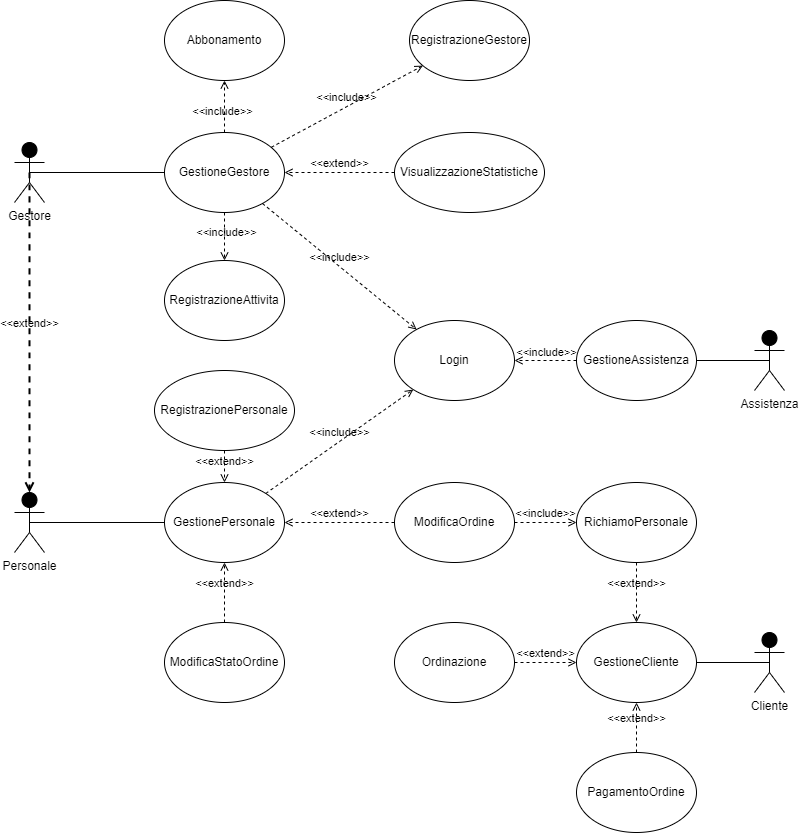
Marco-Burattoni/Progetto-ids keeps this draw.io diagram as Casi d'uso.png. Above is the earlier version. Source tidied: cells renumbered, new cells last; positions are measured from the earlier drawing's top-left corner, leaving out a move shared by most shapes.
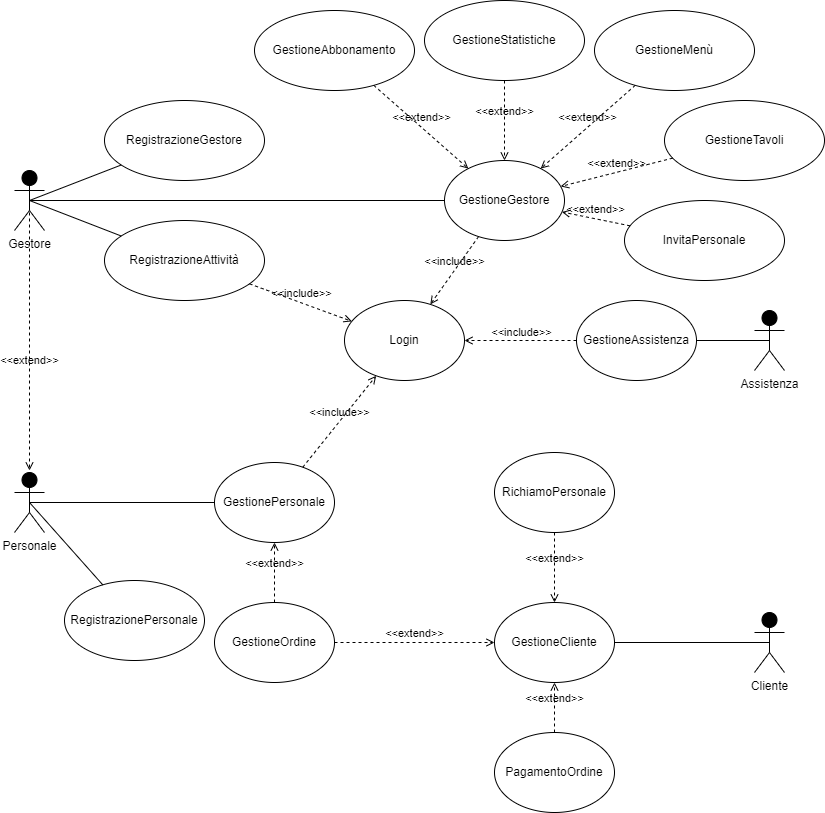
After the commit.

Commit message:
security e misuse case

Change to the diagram source:
```diff
@@ -2,9 +2,6 @@
   <root>
     <mxCell id="0" />
     <mxCell id="1" parent="0" />
-    <mxCell id="2" value="Gestore" style="shape=umlActor;html=1;verticalLabelPosition=bottom;verticalAlign=top;align=center;fillColor=#000000;" parent="1" vertex="1">
-      <mxGeometry y="142" width="30" height="60" as="geometry" />
-    </mxCell>
     <mxCell id="3" value="Cliente" style="shape=umlActor;html=1;verticalLabelPosition=bottom;verticalAlign=top;align=center;fillColor=#000000;" parent="1" vertex="1">
       <mxGeometry x="740" y="632" width="30" height="60" as="geometry" />
     </mxCell>
@@ -15,16 +12,16 @@
       <mxGeometry x="740" y="330" width="30" height="60" as="geometry" />
     </mxCell>
     <mxCell id="6" value="GestioneGestore" style="ellipse;whiteSpace=wrap;html=1;fillColor=#FFFFFF;" parent="1" vertex="1">
-      <mxGeometry x="150" y="132" width="120" height="80" as="geometry" />
+      <mxGeometry x="430" y="180" width="120" height="80" as="geometry" />
     </mxCell>
     <mxCell id="7" value="Login" style="ellipse;whiteSpace=wrap;html=1;fillColor=#FFFFFF;" parent="1" vertex="1">
-      <mxGeometry x="380" y="320" width="120" height="80" as="geometry" />
+      <mxGeometry x="330" y="320" width="120" height="80" as="geometry" />
     </mxCell>
     <mxCell id="8" value="RegistrazioneGestore" style="ellipse;whiteSpace=wrap;html=1;fillColor=#FFFFFF;" parent="1" vertex="1">
-      <mxGeometry x="395" width="120" height="80" as="geometry" />
+      <mxGeometry x="90" y="120" width="160" height="80" as="geometry" />
     </mxCell>
     <mxCell id="9" value="GestionePersonale" style="ellipse;whiteSpace=wrap;html=1;fillColor=#FFFFFF;" parent="1" vertex="1">
-      <mxGeometry x="150" y="482" width="120" height="80" as="geometry" />
+      <mxGeometry x="200" y="482" width="120" height="80" as="geometry" />
     </mxCell>
     <mxCell id="10" value="&amp;lt;&amp;lt;include&amp;gt;&amp;gt;" style="html=1;verticalAlign=bottom;labelBackgroundColor=none;endArrow=open;endFill=0;dashed=1;rounded=0;" parent="1" edge="1" source="9" target="7">
       <mxGeometry relative="1" as="geometry" />
@@ -32,9 +29,6 @@
     <mxCell id="11" value="&amp;lt;&amp;lt;include&amp;gt;&amp;gt;" style="html=1;verticalAlign=bottom;labelBackgroundColor=none;endArrow=open;endFill=0;dashed=1;rounded=0;" parent="1" edge="1" source="6" target="7">
       <mxGeometry relative="1" as="geometry" />
     </mxCell>
-    <mxCell id="12" value="&amp;lt;&amp;lt;include&amp;gt;&amp;gt;" style="html=1;verticalAlign=bottom;labelBackgroundColor=none;endArrow=open;endFill=0;dashed=1;rounded=0;" parent="1" edge="1" source="6" target="8">
-      <mxGeometry relative="1" as="geometry" />
-    </mxCell>
     <mxCell id="13" style="endArrow=none;html=1;rounded=0;entryX=0.5;entryY=0.5;entryDx=0;entryDy=0;entryPerimeter=0;" parent="1" edge="1" source="6" target="2">
       <mxGeometry relative="1" as="geometry" />
     </mxCell>
@@ -42,7 +36,7 @@
       <mxGeometry relative="1" as="geometry" />
     </mxCell>
     <mxCell id="15" value="GestioneCliente" style="ellipse;whiteSpace=wrap;html=1;fillColor=#FFFFFF;" parent="1" vertex="1">
-      <mxGeometry x="562" y="622" width="120" height="80" as="geometry" />
+      <mxGeometry x="480" y="622" width="120" height="80" as="geometry" />
     </mxCell>
     <mxCell id="16" style="endArrow=none;html=1;rounded=0;exitX=0.5;exitY=0.5;exitDx=0;exitDy=0;exitPerimeter=0;" parent="1" edge="1" source="3" target="15">
       <mxGeometry relative="1" as="geometry" />
@@ -56,65 +50,82 @@
     <mxCell id="19" value="&amp;lt;&amp;lt;include&amp;gt;&amp;gt;" style="html=1;verticalAlign=bottom;labelBackgroundColor=none;endArrow=open;endFill=0;dashed=1;rounded=0;" parent="1" edge="1" source="17" target="7">
       <mxGeometry x="-0.02" y="1" relative="1" as="geometry" />
     </mxCell>
-    <mxCell id="20" value="Abbonamento" style="ellipse;whiteSpace=wrap;html=1;fillColor=#FFFFFF;" parent="1" vertex="1">
-      <mxGeometry x="150" width="120" height="80" as="geometry" />
-    </mxCell>
-    <mxCell id="21" value="&amp;lt;&amp;lt;include&amp;gt;&amp;gt;" style="html=1;verticalAlign=bottom;labelBackgroundColor=none;endArrow=open;endFill=0;dashed=1;rounded=0;" parent="1" edge="1" source="6" target="20">
-      <mxGeometry x="-0.53" y="2" relative="1" as="geometry" />
-    </mxCell>
-    <mxCell id="22" value="RegistrazioneAttivita" style="ellipse;whiteSpace=wrap;html=1;fillColor=#FFFFFF;" parent="1" vertex="1">
-      <mxGeometry x="150" y="260" width="120" height="80" as="geometry" />
+    <mxCell id="22" value="GestioneMenù" style="ellipse;whiteSpace=wrap;html=1;fillColor=#FFFFFF;" parent="1" vertex="1">
+      <mxGeometry x="580" y="30" width="160" height="80" as="geometry" />
     </mxCell>
-    <mxCell id="23" value="&amp;lt;&amp;lt;include&amp;gt;&amp;gt;" style="html=1;verticalAlign=bottom;labelBackgroundColor=none;endArrow=open;endFill=0;dashed=1;rounded=0;exitX=0.5;exitY=1;exitDx=0;exitDy=0;entryX=0.5;entryY=0;entryDx=0;entryDy=0;" parent="1" edge="1" source="6" target="22">
-      <mxGeometry x="0.23" y="2" relative="1" as="geometry" />
-    </mxCell>
     <mxCell id="24" value="RegistrazionePersonale" style="ellipse;whiteSpace=wrap;html=1;fillColor=#FFFFFF;" parent="1" vertex="1">
-      <mxGeometry x="140" y="370" width="140" height="80" as="geometry" />
+      <mxGeometry x="50" y="600" width="140" height="80" as="geometry" />
     </mxCell>
-    <mxCell id="25" value="VisualizzazioneStatistiche" style="ellipse;whiteSpace=wrap;html=1;fillColor=#FFFFFF;" parent="1" vertex="1">
-      <mxGeometry x="380" y="132" width="150" height="80" as="geometry" />
-    </mxCell>
-    <mxCell id="26" value="Ordinazione" style="ellipse;whiteSpace=wrap;html=1;fillColor=#FFFFFF;" parent="1" vertex="1">
-      <mxGeometry x="380" y="622" width="120" height="80" as="geometry" />
-    </mxCell>
     <mxCell id="27" value="PagamentoOrdine" style="ellipse;whiteSpace=wrap;html=1;fillColor=#FFFFFF;" parent="1" vertex="1">
-      <mxGeometry x="562" y="752" width="120" height="80" as="geometry" />
+      <mxGeometry x="480" y="752" width="120" height="80" as="geometry" />
     </mxCell>
-    <mxCell id="28" value="&amp;lt;&amp;lt;extend&amp;gt;&amp;gt;" style="html=1;verticalAlign=bottom;labelBackgroundColor=none;endArrow=open;endFill=0;dashed=1;rounded=0;" parent="1" edge="1" source="25" target="6">
-      <mxGeometry relative="1" as="geometry" />
-    </mxCell>
     <mxCell id="29" value="&amp;lt;&amp;lt;extend&amp;gt;&amp;gt;" style="html=1;verticalAlign=bottom;labelBackgroundColor=none;endArrow=open;endFill=0;dashed=1;rounded=0;" parent="1" edge="1" source="27" target="15">
       <mxGeometry relative="1" as="geometry" />
     </mxCell>
     <mxCell id="30" value="RichiamoPersonale" style="ellipse;whiteSpace=wrap;html=1;fillColor=#FFFFFF;" parent="1" vertex="1">
-      <mxGeometry x="562" y="482" width="120" height="80" as="geometry" />
+      <mxGeometry x="480" y="472" width="120" height="80" as="geometry" />
     </mxCell>
     <mxCell id="31" value="&amp;lt;&amp;lt;extend&amp;gt;&amp;gt;" style="html=1;verticalAlign=bottom;labelBackgroundColor=none;endArrow=open;endFill=0;dashed=1;rounded=0;" parent="1" edge="1" source="30" target="15">
       <mxGeometry relative="1" as="geometry" />
     </mxCell>
-    <mxCell id="32" value="ModificaOrdine" style="ellipse;whiteSpace=wrap;html=1;fillColor=#FFFFFF;" parent="1" vertex="1">
-      <mxGeometry x="380" y="482" width="120" height="80" as="geometry" />
-    </mxCell>
-    <mxCell id="33" value="&amp;lt;&amp;lt;extend&amp;gt;&amp;gt;" style="html=1;verticalAlign=bottom;labelBackgroundColor=none;endArrow=open;endFill=0;dashed=1;rounded=0;" parent="1" edge="1" source="32" target="9">
-      <mxGeometry relative="1" as="geometry" />
-    </mxCell>
-    <mxCell id="34" value="&amp;lt;&amp;lt;include&amp;gt;&amp;gt;" style="html=1;verticalAlign=bottom;labelBackgroundColor=none;endArrow=open;endFill=0;dashed=1;rounded=0;" parent="1" edge="1" source="32" target="30">
-      <mxGeometry relative="1" as="geometry" />
-    </mxCell>
-    <mxCell id="35" value="ModificaStatoOrdine" style="ellipse;whiteSpace=wrap;html=1;fillColor=#FFFFFF;" parent="1" vertex="1">
-      <mxGeometry x="150" y="622" width="120" height="80" as="geometry" />
+    <mxCell id="35" value="GestioneOrdine" style="ellipse;whiteSpace=wrap;html=1;fillColor=#FFFFFF;" parent="1" vertex="1">
+      <mxGeometry x="200" y="622" width="120" height="80" as="geometry" />
     </mxCell>
     <mxCell id="36" value="&amp;lt;&amp;lt;extend&amp;gt;&amp;gt;" style="html=1;verticalAlign=bottom;labelBackgroundColor=none;endArrow=open;endFill=0;dashed=1;rounded=0;" parent="1" edge="1" source="35" target="9">
       <mxGeometry relative="1" as="geometry" />
     </mxCell>
-    <mxCell id="37" value="&amp;lt;&amp;lt;extend&amp;gt;&amp;gt;" style="html=1;verticalAlign=bottom;labelBackgroundColor=none;endArrow=open;endFill=0;dashed=1;rounded=0;" parent="1" edge="1" source="26" target="15">
+    <mxCell id="37" value="&amp;lt;&amp;lt;extend&amp;gt;&amp;gt;" style="html=1;verticalAlign=bottom;labelBackgroundColor=none;endArrow=open;endFill=0;dashed=1;rounded=0;" parent="1" edge="1" source="35" target="15">
       <mxGeometry relative="1" as="geometry" />
     </mxCell>
-    <mxCell id="38" value="&amp;lt;&amp;lt;extend&amp;gt;&amp;gt;" style="html=1;verticalAlign=bottom;labelBackgroundColor=none;endArrow=open;endFill=0;dashed=1;rounded=0;" parent="1" edge="1" source="24" target="9">
-      <mxGeometry x="0.25" relative="1" as="geometry" />
-    </mxCell>
-    <mxCell id="39" value="&amp;lt;&amp;lt;extend&amp;gt;&amp;gt;" style="html=1;verticalAlign=bottom;labelBackgroundColor=none;endArrow=open;endFill=0;dashed=1;strokeWidth=2;curved=1;exitX=0.5;exitY=0.5;exitDx=0;exitDy=0;exitPerimeter=0;entryX=0.5;entryY=0;entryDx=0;entryDy=0;entryPerimeter=0;" parent="1" edge="1" source="2" target="4">
-      <mxGeometry relative="1" as="geometry" />
-    </mxCell>
+    <mxCell id="40" style="endArrow=none;html=1;rounded=0;exitX=0.5;exitY=0.5;exitDx=0;exitDy=0;exitPerimeter=0;" parent="1" edge="1" source="2" target="8">
+      <mxGeometry relative="1" as="geometry" />
+    </mxCell>
+    <mxCell id="41" value="GestioneAbbonamento" style="ellipse;whiteSpace=wrap;html=1;fillColor=#FFFFFF;" parent="1" vertex="1">
+      <mxGeometry x="240" y="30" width="160" height="80" as="geometry" />
+    </mxCell>
+    <mxCell id="42" value="&amp;lt;&amp;lt;extend&amp;gt;&amp;gt;" style="html=1;verticalAlign=bottom;labelBackgroundColor=none;endArrow=open;endFill=0;dashed=1;rounded=0;" parent="1" edge="1" source="22" target="6">
+      <mxGeometry relative="1" as="geometry" />
+    </mxCell>
+    <mxCell id="43" value="&amp;lt;&amp;lt;extend&amp;gt;&amp;gt;" style="html=1;verticalAlign=bottom;labelBackgroundColor=none;endArrow=open;endFill=0;dashed=1;rounded=0;" parent="1" edge="1" source="41" target="6">
+      <mxGeometry relative="1" as="geometry" />
+    </mxCell>
+    <mxCell id="44" value="RegistrazioneAttività" style="ellipse;whiteSpace=wrap;html=1;fillColor=#FFFFFF;" parent="1" vertex="1">
+      <mxGeometry x="90" y="240" width="160" height="80" as="geometry" />
+    </mxCell>
+    <mxCell id="45" value="&amp;lt;&amp;lt;extend&amp;gt;&amp;gt;" style="html=1;verticalAlign=bottom;labelBackgroundColor=none;endArrow=open;endFill=0;dashed=1;rounded=0;startArrow=none;exitX=0.5;exitY=0.5;exitDx=0;exitDy=0;exitPerimeter=0;" parent="1" edge="1" source="2">
+      <mxGeometry x="0.25" relative="1" as="geometry">
+        <mxPoint x="15" y="490" as="targetPoint" />
+      </mxGeometry>
+    </mxCell>
+    <mxCell id="46" style="endArrow=none;html=1;rounded=0;exitX=0.5;exitY=0.5;exitDx=0;exitDy=0;exitPerimeter=0;" parent="1" edge="1" source="4" target="24">
+      <mxGeometry relative="1" as="geometry" />
+    </mxCell>
+    <mxCell id="47" style="endArrow=none;html=1;rounded=0;exitX=0.5;exitY=0.5;exitDx=0;exitDy=0;exitPerimeter=0;" parent="1" edge="1" source="2" target="44">
+      <mxGeometry relative="1" as="geometry" />
+    </mxCell>
+    <mxCell id="48" value="&amp;lt;&amp;lt;include&amp;gt;&amp;gt;" style="html=1;verticalAlign=bottom;labelBackgroundColor=none;endArrow=open;endFill=0;dashed=1;rounded=0;" parent="1" edge="1" source="44" target="7">
+      <mxGeometry relative="1" as="geometry" />
+    </mxCell>
+    <mxCell id="49" value="GestioneStatistiche" style="ellipse;whiteSpace=wrap;html=1;fillColor=#FFFFFF;" parent="1" vertex="1">
+      <mxGeometry x="410" y="20" width="160" height="80" as="geometry" />
+    </mxCell>
+    <mxCell id="50" value="GestioneTavoli" style="ellipse;whiteSpace=wrap;html=1;fillColor=#FFFFFF;" parent="1" vertex="1">
+      <mxGeometry x="650" y="120" width="160" height="80" as="geometry" />
+    </mxCell>
+    <mxCell id="2" value="Gestore" style="shape=umlActor;html=1;verticalLabelPosition=bottom;verticalAlign=top;align=center;fillColor=#000000;" parent="1" vertex="1">
+      <mxGeometry y="190" width="30" height="60" as="geometry" />
+    </mxCell>
+    <mxCell id="51" value="&amp;lt;&amp;lt;extend&amp;gt;&amp;gt;" style="html=1;verticalAlign=bottom;labelBackgroundColor=none;endArrow=open;endFill=0;dashed=1;rounded=0;" parent="1" edge="1" source="49" target="6">
+      <mxGeometry relative="1" as="geometry" />
+    </mxCell>
+    <mxCell id="52" value="&amp;lt;&amp;lt;extend&amp;gt;&amp;gt;" style="html=1;verticalAlign=bottom;labelBackgroundColor=none;endArrow=open;endFill=0;dashed=1;rounded=0;" parent="1" edge="1" source="50" target="6">
+      <mxGeometry relative="1" as="geometry" />
+    </mxCell>
+    <mxCell id="53" value="InvitaPersonale" style="ellipse;whiteSpace=wrap;html=1;fillColor=#FFFFFF;" parent="1" vertex="1">
+      <mxGeometry x="610" y="220" width="160" height="80" as="geometry" />
+    </mxCell>
+    <mxCell id="54" value="&amp;lt;&amp;lt;extend&amp;gt;&amp;gt;" style="html=1;verticalAlign=bottom;labelBackgroundColor=none;endArrow=open;endFill=0;dashed=1;rounded=0;" parent="1" edge="1" source="53" target="6">
+      <mxGeometry relative="1" as="geometry" />
+    </mxCell>
   </root>
 </mxGraphModel>
```
